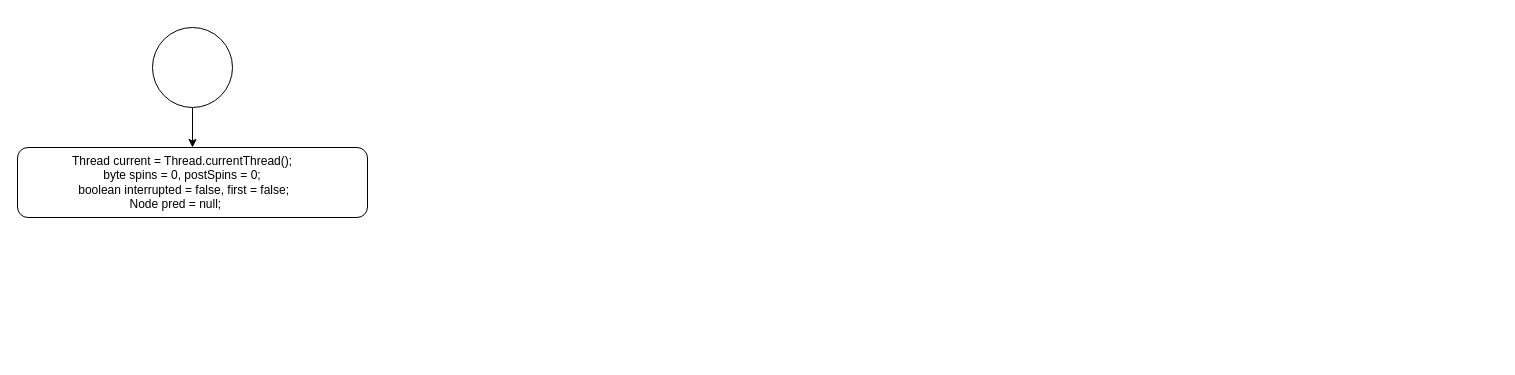
Above: AQS-aquire.drawio in lexee/learning (draw.io), before the change. Source tidied: cells renumbered, new cells numbered last; positions are measured from the earlier drawing's top-left corner, leaving out a move shared by most shapes. Both pictures are drawn from the tidied source at 100%, with x=0, y=0 at pixel (17, 27).
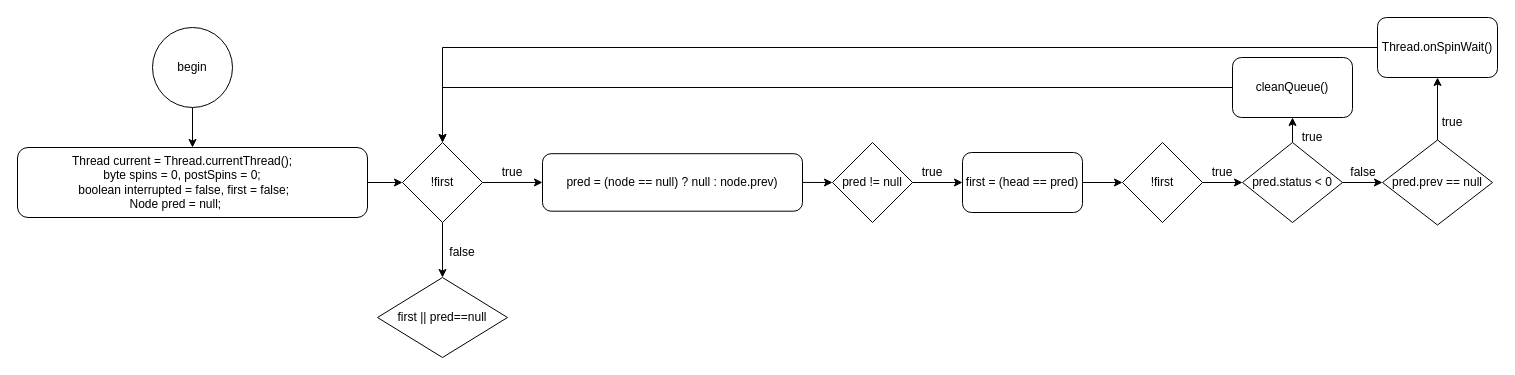
Above is the later version.

The change refers to these unchanged cells:
```xml
<mxCell id="4" value="&lt;div&gt;Thread current = Thread.currentThread();&amp;nbsp;&amp;nbsp;&amp;nbsp;&amp;nbsp;&amp;nbsp;&amp;nbsp; &lt;br&gt;&lt;/div&gt;&lt;div&gt;&amp;nbsp;byte spins = 0, postSpins = 0;&amp;nbsp;&amp;nbsp;&amp;nbsp;&amp;nbsp;&amp;nbsp;&amp;nbsp;&amp;nbsp; &lt;br&gt;&lt;/div&gt;&lt;div&gt;&amp;nbsp;boolean interrupted = false, first = false;&amp;nbsp;&amp;nbsp;&amp;nbsp;&amp;nbsp;&amp;nbsp;&amp;nbsp; &lt;br&gt;&lt;/div&gt;&lt;div&gt;&amp;nbsp;Node pred = null;&amp;nbsp; &amp;nbsp; &amp;nbsp; &amp;nbsp; &amp;nbsp; &amp;nbsp; &lt;/div&gt;" style="rounded=1;whiteSpace=wrap;html=1;" parent="1" vertex="1">
  <mxGeometry y="120" width="350" height="70" as="geometry" />
</mxCell>
```

Change to the diagram source:
```diff
@@
-    <mxCell id="3" style="ellipse;whiteSpace=wrap;html=1;" parent="1" vertex="1">
+    <mxCell id="3" value="begin" style="ellipse;whiteSpace=wrap;html=1;" parent="1" vertex="1">
       <mxGeometry x="135" width="80" height="80" as="geometry" />
     </mxCell>
+    <mxCell id="5" style="edgeStyle=orthogonalEdgeStyle;rounded=0;jettySize=auto;html=1;" parent="1" edge="1" source="4" target="8">
+      <mxGeometry relative="1" as="geometry" />
+    </mxCell>
@@
+    <mxCell id="6" style="edgeStyle=orthogonalEdgeStyle;rounded=0;jettySize=auto;html=1;exitX=1;exitY=0.5;exitDx=0;exitDy=0;entryX=0;entryY=0.5;entryDx=0;entryDy=0;" parent="1" edge="1" source="8" target="10">
+      <mxGeometry relative="1" as="geometry" />
+    </mxCell>
+    <mxCell id="7" style="edgeStyle=orthogonalEdgeStyle;rounded=0;jettySize=auto;html=1;exitX=0.5;exitY=1;exitDx=0;exitDy=0;" parent="1" edge="1" source="8" target="32">
+      <mxGeometry relative="1" as="geometry" />
+    </mxCell>
+    <mxCell id="8" value="!first" style="rhombus;whiteSpace=wrap;html=1;" parent="1" vertex="1">
+      <mxGeometry x="385" y="115" width="80" height="80" as="geometry" />
+    </mxCell>
+    <mxCell id="9" style="edgeStyle=orthogonalEdgeStyle;rounded=0;jettySize=auto;html=1;exitX=1;exitY=0.5;exitDx=0;exitDy=0;entryX=0;entryY=0.5;entryDx=0;entryDy=0;" parent="1" edge="1" source="10" target="13">
+      <mxGeometry relative="1" as="geometry" />
+    </mxCell>
+    <mxCell id="10" value="pred = (node == null) ? null : node.prev)" style="rounded=1;whiteSpace=wrap;html=1;" parent="1" vertex="1">
+      <mxGeometry x="525" y="126.2" width="260" height="57.5" as="geometry" />
+    </mxCell>
+    <mxCell id="11" value="true" style="text;html=1;strokeColor=none;fillColor=none;align=center;verticalAlign=middle;whiteSpace=wrap;rounded=0;" parent="1" vertex="1">
+      <mxGeometry x="465" y="130" width="60" height="30" as="geometry" />
+    </mxCell>
+    <mxCell id="12" style="edgeStyle=orthogonalEdgeStyle;rounded=0;jettySize=auto;html=1;exitX=1;exitY=0.5;exitDx=0;exitDy=0;entryX=0;entryY=0.5;entryDx=0;entryDy=0;" parent="1" edge="1" source="13" target="15">
+      <mxGeometry relative="1" as="geometry" />
+    </mxCell>
+    <mxCell id="13" value="pred != null" style="rhombus;whiteSpace=wrap;html=1;" parent="1" vertex="1">
+      <mxGeometry x="815" y="115" width="80" height="80" as="geometry" />
+    </mxCell>
+    <mxCell id="14" style="edgeStyle=orthogonalEdgeStyle;rounded=0;jettySize=auto;html=1;" parent="1" edge="1" source="15" target="18">
+      <mxGeometry relative="1" as="geometry" />
+    </mxCell>
+    <mxCell id="15" value="first = (head == pred)" style="rounded=1;whiteSpace=wrap;html=1;" parent="1" vertex="1">
+      <mxGeometry x="945" y="125" width="120" height="60" as="geometry" />
+    </mxCell>
+    <mxCell id="16" value="true" style="text;html=1;strokeColor=none;fillColor=none;align=center;verticalAlign=middle;whiteSpace=wrap;rounded=0;" parent="1" vertex="1">
+      <mxGeometry x="885" y="130" width="60" height="30" as="geometry" />
+    </mxCell>
+    <mxCell id="17" style="edgeStyle=orthogonalEdgeStyle;rounded=0;jettySize=auto;html=1;entryX=0;entryY=0.5;entryDx=0;entryDy=0;" parent="1" edge="1" source="18" target="21">
+      <mxGeometry relative="1" as="geometry" />
+    </mxCell>
+    <mxCell id="18" value="!first" style="rhombus;whiteSpace=wrap;html=1;" parent="1" vertex="1">
+      <mxGeometry x="1105" y="115" width="80" height="80" as="geometry" />
+    </mxCell>
+    <mxCell id="19" style="edgeStyle=orthogonalEdgeStyle;rounded=0;jettySize=auto;html=1;exitX=0.5;exitY=0;exitDx=0;exitDy=0;entryX=0.5;entryY=1;entryDx=0;entryDy=0;" parent="1" edge="1" source="21" target="24">
+      <mxGeometry relative="1" as="geometry" />
+    </mxCell>
+    <mxCell id="20" style="edgeStyle=orthogonalEdgeStyle;rounded=0;jettySize=auto;html=1;entryX=0;entryY=0.5;entryDx=0;entryDy=0;" parent="1" edge="1" source="21" target="27">
+      <mxGeometry relative="1" as="geometry" />
+    </mxCell>
+    <mxCell id="21" value="pred.status &amp;lt; 0" style="rhombus;whiteSpace=wrap;html=1;" parent="1" vertex="1">
+      <mxGeometry x="1225" y="115" width="100" height="80" as="geometry" />
+    </mxCell>
+    <mxCell id="22" value="true" style="text;html=1;strokeColor=none;fillColor=none;align=center;verticalAlign=middle;whiteSpace=wrap;rounded=0;" parent="1" vertex="1">
+      <mxGeometry x="1175" y="130" width="60" height="30" as="geometry" />
+    </mxCell>
+    <mxCell id="23" style="edgeStyle=orthogonalEdgeStyle;rounded=0;jettySize=auto;html=1;entryX=0.5;entryY=0;entryDx=0;entryDy=0;" parent="1" edge="1" source="24" target="8">
+      <mxGeometry relative="1" as="geometry" />
+    </mxCell>
+    <mxCell id="24" value="cleanQueue()" style="rounded=1;whiteSpace=wrap;html=1;" parent="1" vertex="1">
+      <mxGeometry x="1215" y="30" width="120" height="60" as="geometry" />
+    </mxCell>
+    <mxCell id="25" value="true" style="text;html=1;strokeColor=none;fillColor=none;align=center;verticalAlign=middle;whiteSpace=wrap;rounded=0;" parent="1" vertex="1">
+      <mxGeometry x="1265" y="95" width="60" height="30" as="geometry" />
+    </mxCell>
+    <mxCell id="26" style="edgeStyle=orthogonalEdgeStyle;rounded=0;jettySize=auto;html=1;" parent="1" edge="1" source="27" target="30">
+      <mxGeometry relative="1" as="geometry" />
+    </mxCell>
+    <mxCell id="27" value="pred.prev == null" style="rhombus;whiteSpace=wrap;html=1;" parent="1" vertex="1">
+      <mxGeometry x="1365" y="112.5" width="110" height="85" as="geometry" />
+    </mxCell>
+    <mxCell id="28" value="false" style="text;html=1;strokeColor=none;fillColor=none;align=center;verticalAlign=middle;whiteSpace=wrap;rounded=0;" parent="1" vertex="1">
+      <mxGeometry x="1316" y="130" width="60" height="30" as="geometry" />
+    </mxCell>
+    <mxCell id="29" style="edgeStyle=orthogonalEdgeStyle;rounded=0;jettySize=auto;html=1;entryX=0.5;entryY=0;entryDx=0;entryDy=0;" parent="1" edge="1" source="30" target="8">
+      <mxGeometry relative="1" as="geometry" />
+    </mxCell>
+    <mxCell id="30" value="Thread.onSpinWait()" style="rounded=1;whiteSpace=wrap;html=1;" parent="1" vertex="1">
+      <mxGeometry x="1360" y="-10" width="120" height="60" as="geometry" />
+    </mxCell>
+    <mxCell id="31" value="true" style="text;html=1;strokeColor=none;fillColor=none;align=center;verticalAlign=middle;whiteSpace=wrap;rounded=0;" parent="1" vertex="1">
+      <mxGeometry x="1405" y="80" width="60" height="30" as="geometry" />
+    </mxCell>
+    <mxCell id="32" value="first || pred==null" style="rhombus;whiteSpace=wrap;html=1;" parent="1" vertex="1">
+      <mxGeometry x="360" y="250" width="130" height="80" as="geometry" />
+    </mxCell>
+    <mxCell id="33" value="false" style="text;html=1;strokeColor=none;fillColor=none;align=center;verticalAlign=middle;whiteSpace=wrap;rounded=0;" parent="1" vertex="1">
+      <mxGeometry x="415" y="210" width="60" height="30" as="geometry" />
+    </mxCell>
```
